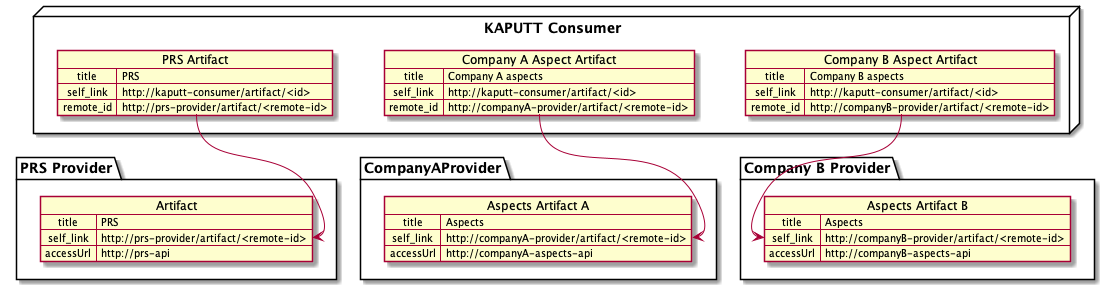
Before: documentation/architecture/diagrams/speedboat-artifacts.png, a diagram exported from PlantUML (catenax/tractusx).
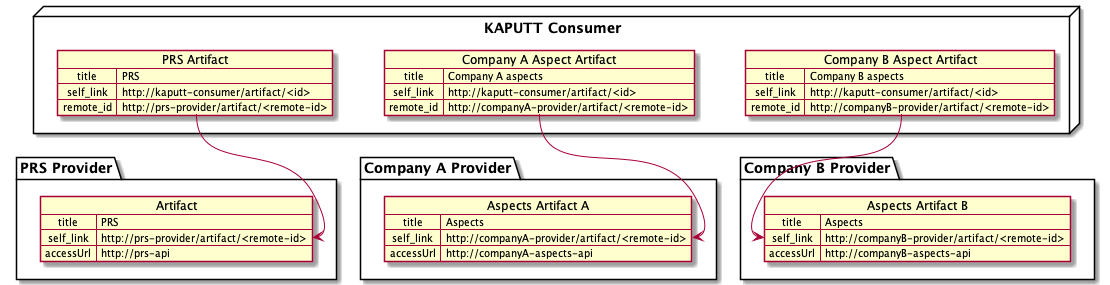
The same diagram one commit later.

Commit message:
Align names with diagram.

The edit, as a diff of the source:
```diff
@@ -28,7 +28,7 @@
 }
 }
 
-namespace "CompanyAProvider" as CompanyAProvider{
+namespace "Company A Provider" as CompanyAProvider {
 map "Aspects Artifact A" as AspectsArtifactA {
  title => Aspects
  self_link => http://companyA-provider/artifact/<remote-id>
```
